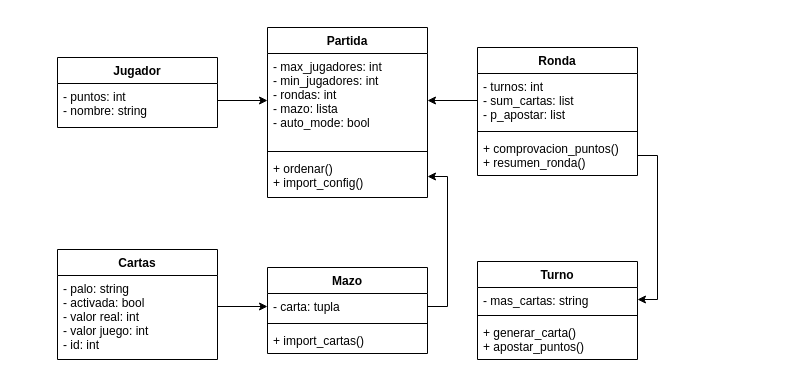
The draw.io diagram driagrama_de_clases.drawio in alexia312313/proyecto_1_siete_y_medio, before the edit. Source tidied: cells renumbered, new cells numbered last; positions are measured from the earlier drawing's top-left corner, leaving out a move shared by most shapes. Both pictures are drawn from the tidied source at 100%, with x=0, y=0 at pixel (57, 27).
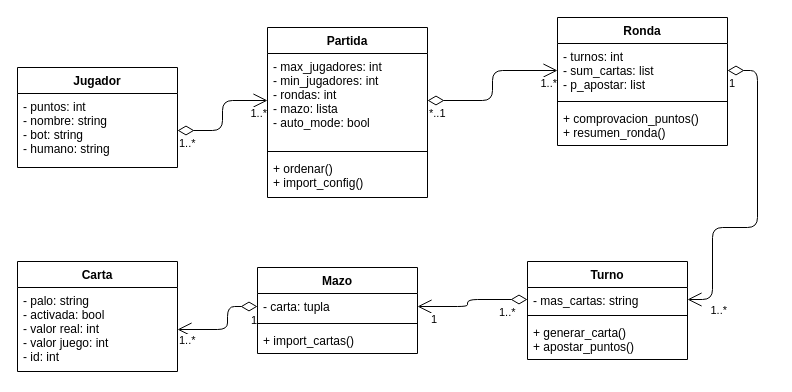
Above is the later version.

Commit message (it also covers changes not shown here):
pasando prettier al html y css diagrama de classes acabado

Unchanged cells that the change refers to:
```xml
<mxCell id="5" value="- max_jugadores: int&#10;- min_jugadores: int&#10;- rondas: int&#10;- mazo: lista&#10;- auto_mode: bool" style="text;strokeColor=none;fillColor=none;align=left;verticalAlign=top;spacingLeft=4;spacingRight=4;overflow=hidden;points=[[0,0.5],[1,0.5]];portConstraint=eastwest;" parent="4" vertex="1">
  <mxGeometry y="26" width="160" height="94" as="geometry" />
</mxCell>
<mxCell id="7" value="+ ordenar()&#10;+ import_config()" style="text;strokeColor=none;fillColor=none;align=left;verticalAlign=top;spacingLeft=4;spacingRight=4;overflow=hidden;points=[[0,0.5],[1,0.5]];portConstraint=eastwest;" parent="4" vertex="1">
  <mxGeometry y="128" width="160" height="42" as="geometry" />
</mxCell>
<mxCell id="13" value="- mas_cartas: string" style="text;strokeColor=none;fillColor=none;align=left;verticalAlign=top;spacingLeft=4;spacingRight=4;overflow=hidden;points=[[0,0.5],[1,0.5]];portConstraint=eastwest;" parent="12" vertex="1">
  <mxGeometry y="26" width="160" height="24" as="geometry" />
</mxCell>
<mxCell id="17" value="- carta: tupla " style="text;strokeColor=none;fillColor=none;align=left;verticalAlign=top;spacingLeft=4;spacingRight=4;overflow=hidden;points=[[0,0.5],[1,0.5]];portConstraint=eastwest;" parent="16" vertex="1">
  <mxGeometry y="26" width="160" height="26" as="geometry" />
</mxCell>
<mxCell id="21" value="- palo: string&#10;- activada: bool&#10;- valor real: int&#10;- valor juego: int&#10;- id: int" style="text;strokeColor=none;fillColor=none;align=left;verticalAlign=top;spacingLeft=4;spacingRight=4;overflow=hidden;points=[[0,0.5],[1,0.5]];portConstraint=eastwest;" parent="20" vertex="1">
  <mxGeometry y="26" width="160" height="84" as="geometry" />
</mxCell>
```

Change to the diagram source:
```diff
@@
     <mxCell id="2" value="Jugador" style="swimlane;fontStyle=1;align=center;verticalAlign=top;horizontal=1;startSize=26;" parent="1" vertex="1">
-      <mxGeometry y="30" width="160" height="70" as="geometry" />
+      <mxGeometry x="-40" y="40" width="160" height="100" as="geometry" />
     </mxCell>
-    <mxCell id="3" value="- puntos: int&#10;- nombre: string&#10;" style="text;strokeColor=none;fillColor=none;align=left;verticalAlign=top;spacingLeft=4;spacingRight=4;overflow=hidden;points=[[0,0.5],[1,0.5]];portConstraint=eastwest;" parent="2" vertex="1">
-      <mxGeometry y="26" width="160" height="44" as="geometry" />
+    <mxCell id="3" value="- puntos: int&#10;- nombre: string&#10;- bot: string&#10;- humano: string" style="text;strokeColor=none;fillColor=none;align=left;verticalAlign=top;spacingLeft=4;spacingRight=4;overflow=hidden;points=[[0,0.5],[1,0.5]];portConstraint=eastwest;" parent="2" vertex="1">
+      <mxGeometry y="26" width="160" height="74" as="geometry" />
     </mxCell>
@@
     <mxCell id="8" value="Ronda" style="swimlane;fontStyle=1;align=center;verticalAlign=top;horizontal=1;startSize=26;" parent="1" vertex="1">
-      <mxGeometry x="420" y="20" width="160" height="128" as="geometry" />
+      <mxGeometry x="500" y="-10" width="170" height="128" as="geometry" />
     </mxCell>
     <mxCell id="9" value="- turnos: int&#10;- sum_cartas: list&#10;- p_apostar: list" style="text;strokeColor=none;fillColor=none;align=left;verticalAlign=top;spacingLeft=4;spacingRight=4;overflow=hidden;points=[[0,0.5],[1,0.5]];portConstraint=eastwest;" parent="8" vertex="1">
-      <mxGeometry y="26" width="160" height="54" as="geometry" />
+      <mxGeometry y="26" width="170" height="54" as="geometry" />
     </mxCell>
     <mxCell id="10" style="line;strokeWidth=1;fillColor=none;align=left;verticalAlign=middle;spacingTop=-1;spacingLeft=3;spacingRight=3;labelPosition=right;" parent="8" vertex="1">
-      <mxGeometry y="80" width="160" height="8" as="geometry" />
+      <mxGeometry y="80" width="170" height="8" as="geometry" />
     </mxCell>
     <mxCell id="11" value="+ comprovacion_puntos() &#10;+ resumen_ronda()" style="text;strokeColor=none;fillColor=none;align=left;verticalAlign=top;spacingLeft=4;spacingRight=4;overflow=hidden;points=[[0,0.5],[1,0.5]];portConstraint=eastwest;" parent="8" vertex="1">
-      <mxGeometry y="88" width="160" height="40" as="geometry" />
+      <mxGeometry y="88" width="170" height="40" as="geometry" />
     </mxCell>
     <mxCell id="12" value="Turno" style="swimlane;fontStyle=1;align=center;verticalAlign=top;horizontal=1;startSize=26;" parent="1" vertex="1">
-      <mxGeometry x="420" y="234" width="160" height="98" as="geometry" />
+      <mxGeometry x="470" y="234" width="160" height="98" as="geometry" />
     </mxCell>
@@
     <mxCell id="16" value="Mazo" style="swimlane;fontStyle=1;align=center;verticalAlign=top;horizontal=1;startSize=26;" parent="1" vertex="1">
-      <mxGeometry x="210" y="240" width="160" height="86" as="geometry" />
+      <mxGeometry x="200" y="240" width="160" height="86" as="geometry" />
     </mxCell>
@@
-    <mxCell id="20" value="Cartas" style="swimlane;fontStyle=1;align=center;verticalAlign=top;horizontal=1;startSize=26;" parent="1" vertex="1">
-      <mxGeometry y="222" width="160" height="110" as="geometry" />
+    <mxCell id="20" value="Carta" style="swimlane;fontStyle=1;align=center;verticalAlign=top;horizontal=1;startSize=26;" parent="1" vertex="1">
+      <mxGeometry x="-40" y="234" width="160" height="110" as="geometry" />
     </mxCell>
@@
-    <mxCell id="22" style="edgeStyle=orthogonalEdgeStyle;rounded=0;jettySize=auto;html=1;exitX=1;exitY=0.5;exitDx=0;exitDy=0;entryX=1;entryY=0.5;entryDx=0;entryDy=0;" parent="1" edge="1" source="11" target="13">
-      <mxGeometry relative="1" as="geometry" />
-    </mxCell>
-    <mxCell id="23" style="edgeStyle=orthogonalEdgeStyle;rounded=0;jettySize=auto;html=1;exitX=0;exitY=0.5;exitDx=0;exitDy=0;entryX=1;entryY=0.5;entryDx=0;entryDy=0;" parent="1" edge="1" source="9" target="5">
-      <mxGeometry relative="1" as="geometry" />
-    </mxCell>
-    <mxCell id="24" style="edgeStyle=orthogonalEdgeStyle;rounded=0;jettySize=auto;html=1;exitX=1;exitY=0.5;exitDx=0;exitDy=0;entryX=0;entryY=0.5;entryDx=0;entryDy=0;" parent="1" edge="1" source="3" target="5">
-      <mxGeometry relative="1" as="geometry">
-        <Array as="points">
-          <mxPoint x="160" y="73" />
-        </Array>
+    <mxCell id="24" style="endArrow=open;html=1;endSize=12;startArrow=diamondThin;startSize=14;startFill=0;edgeStyle=orthogonalEdgeStyle;exitX=1;exitY=0.5;exitDx=0;exitDy=0;entryX=0;entryY=0.5;entryDx=0;entryDy=0;" parent="1" edge="1" source="3" target="5">
+      <mxGeometry x="-0.13" y="-73" relative="1" as="geometry">
+        <mxPoint x="10" y="-1" as="offset" />
       </mxGeometry>
     </mxCell>
-    <mxCell id="25" style="edgeStyle=orthogonalEdgeStyle;rounded=0;jettySize=auto;html=1;exitX=1;exitY=0.5;exitDx=0;exitDy=0;entryX=1;entryY=0.5;entryDx=0;entryDy=0;" parent="1" edge="1" source="17" target="7">
-      <mxGeometry relative="1" as="geometry" />
-    </mxCell>
-    <mxCell id="26" style="edgeStyle=orthogonalEdgeStyle;rounded=0;jettySize=auto;html=1;exitX=1;exitY=0.5;exitDx=0;exitDy=0;entryX=0;entryY=0.5;entryDx=0;entryDy=0;" parent="1" edge="1" source="21" target="17">
-      <mxGeometry relative="1" as="geometry">
-        <Array as="points">
-          <mxPoint x="160" y="279" />
-        </Array>
-      </mxGeometry>
-    </mxCell>
+    <mxCell id="27" value="1..*" style="edgeLabel;html=1;align=left;verticalAlign=top;" parent="24" vertex="1">
+      <mxGeometry x="-1" relative="1" as="geometry" />
+    </mxCell>
+    <mxCell id="28" value="1..*" style="edgeLabel;html=1;align=right;verticalAlign=top;" parent="24" vertex="1">
+      <mxGeometry x="1" relative="1" as="geometry" />
+    </mxCell>
+    <mxCell id="29" style="endArrow=open;html=1;endSize=12;startArrow=diamondThin;startSize=14;startFill=0;edgeStyle=orthogonalEdgeStyle;exitX=1;exitY=0.5;exitDx=0;exitDy=0;entryX=0;entryY=0.5;entryDx=0;entryDy=0;" parent="1" edge="1" source="5" target="9">
+      <mxGeometry x="-0.13" y="-73" relative="1" as="geometry">
+        <Array as="points">
+          <mxPoint x="435" y="73" />
+          <mxPoint x="435" y="43" />
+        </Array>
+        <mxPoint x="10" y="-1" as="offset" />
+      </mxGeometry>
+    </mxCell>
+    <mxCell id="30" value="*..1" style="edgeLabel;html=1;align=left;verticalAlign=top;" parent="29" vertex="1">
+      <mxGeometry x="-1" relative="1" as="geometry" />
+    </mxCell>
+    <mxCell id="31" value="1..*" style="edgeLabel;html=1;align=right;verticalAlign=top;" parent="29" vertex="1">
+      <mxGeometry x="1" relative="1" as="geometry" />
+    </mxCell>
+    <mxCell id="32" style="endArrow=open;html=1;endSize=12;startArrow=diamondThin;startSize=14;startFill=0;edgeStyle=orthogonalEdgeStyle;exitX=1;exitY=0.5;exitDx=0;exitDy=0;entryX=1;entryY=0.5;entryDx=0;entryDy=0;" parent="1" edge="1" source="9" target="13">
+      <mxGeometry x="-0.13" y="-73" relative="1" as="geometry">
+        <Array as="points">
+          <mxPoint x="700" y="43" />
+          <mxPoint x="700" y="200" />
+          <mxPoint x="655" y="200" />
+          <mxPoint x="655" y="272" />
+        </Array>
+        <mxPoint x="10" y="-1" as="offset" />
+      </mxGeometry>
+    </mxCell>
+    <mxCell id="33" value="1" style="edgeLabel;html=1;align=left;verticalAlign=top;" parent="32" vertex="1">
+      <mxGeometry x="-1" relative="1" as="geometry" />
+    </mxCell>
+    <mxCell id="34" value="1..*" style="edgeLabel;html=1;align=right;verticalAlign=top;" parent="32" vertex="1">
+      <mxGeometry x="1" relative="1" as="geometry">
+        <mxPoint x="40" y="-2" as="offset" />
+      </mxGeometry>
+    </mxCell>
+    <mxCell id="35" style="endArrow=open;html=1;endSize=12;startArrow=diamondThin;startSize=14;startFill=0;edgeStyle=orthogonalEdgeStyle;exitX=0;exitY=0.5;exitDx=0;exitDy=0;entryX=1;entryY=0.5;entryDx=0;entryDy=0;" parent="1" edge="1" source="13" target="17">
+      <mxGeometry x="-0.13" y="-73" relative="1" as="geometry">
+        <Array as="points">
+          <mxPoint x="410" y="272" />
+          <mxPoint x="410" y="279" />
+        </Array>
+        <mxPoint x="10" y="-1" as="offset" />
+      </mxGeometry>
+    </mxCell>
+    <mxCell id="36" value="1..*" style="edgeLabel;html=1;align=left;verticalAlign=top;" parent="35" vertex="1">
+      <mxGeometry x="-1" relative="1" as="geometry">
+        <mxPoint x="-30" as="offset" />
+      </mxGeometry>
+    </mxCell>
+    <mxCell id="37" value="1" style="edgeLabel;html=1;align=right;verticalAlign=top;" parent="35" vertex="1">
+      <mxGeometry x="1" relative="1" as="geometry">
+        <mxPoint x="20.2" as="offset" />
+      </mxGeometry>
+    </mxCell>
+    <mxCell id="38" style="endArrow=open;html=1;endSize=12;startArrow=diamondThin;startSize=14;startFill=0;edgeStyle=orthogonalEdgeStyle;exitX=0;exitY=0.5;exitDx=0;exitDy=0;entryX=1;entryY=0.5;entryDx=0;entryDy=0;" parent="1" edge="1" source="17" target="21">
+      <mxGeometry x="-0.13" y="-73" relative="1" as="geometry">
+        <Array as="points">
+          <mxPoint x="170" y="279" />
+          <mxPoint x="170" y="302" />
+        </Array>
+        <mxPoint x="10" y="-1" as="offset" />
+      </mxGeometry>
+    </mxCell>
+    <mxCell id="39" value="1..*" style="edgeLabel;html=1;align=left;verticalAlign=top;" parent="38" vertex="1">
+      <mxGeometry x="-1" relative="1" as="geometry">
+        <mxPoint x="-80" y="21" as="offset" />
+      </mxGeometry>
+    </mxCell>
+    <mxCell id="40" value="1" style="edgeLabel;html=1;align=right;verticalAlign=top;" parent="38" vertex="1">
+      <mxGeometry x="1" relative="1" as="geometry">
+        <mxPoint x="79.8" y="-22" as="offset" />
+      </mxGeometry>
+    </mxCell>
```
